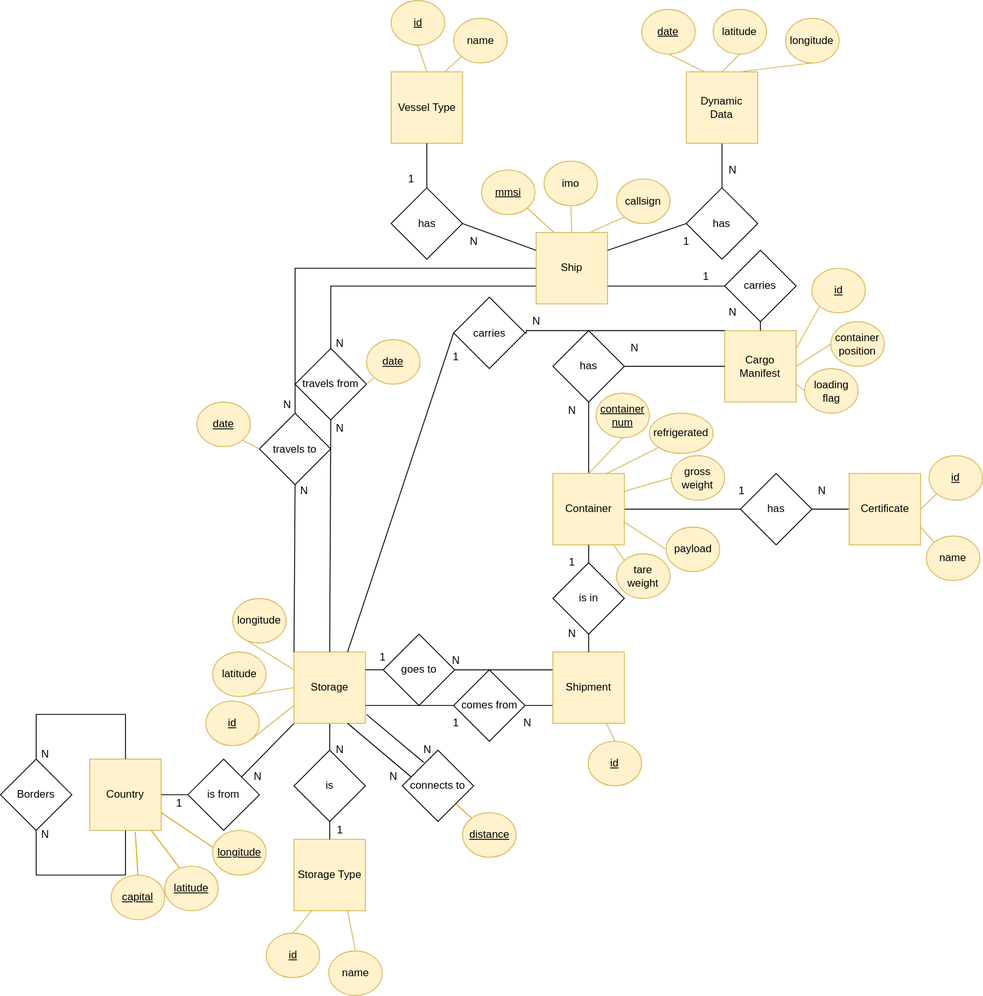
Above: BDDAD/ConceptualDataModel.svg in MadDinosaur/ISEP-LAPR3 (draw.io), before the change. Source tidied: cells renumbered, new cells last; positions are measured from the earlier drawing's top-left corner, leaving out a move shared by most shapes.
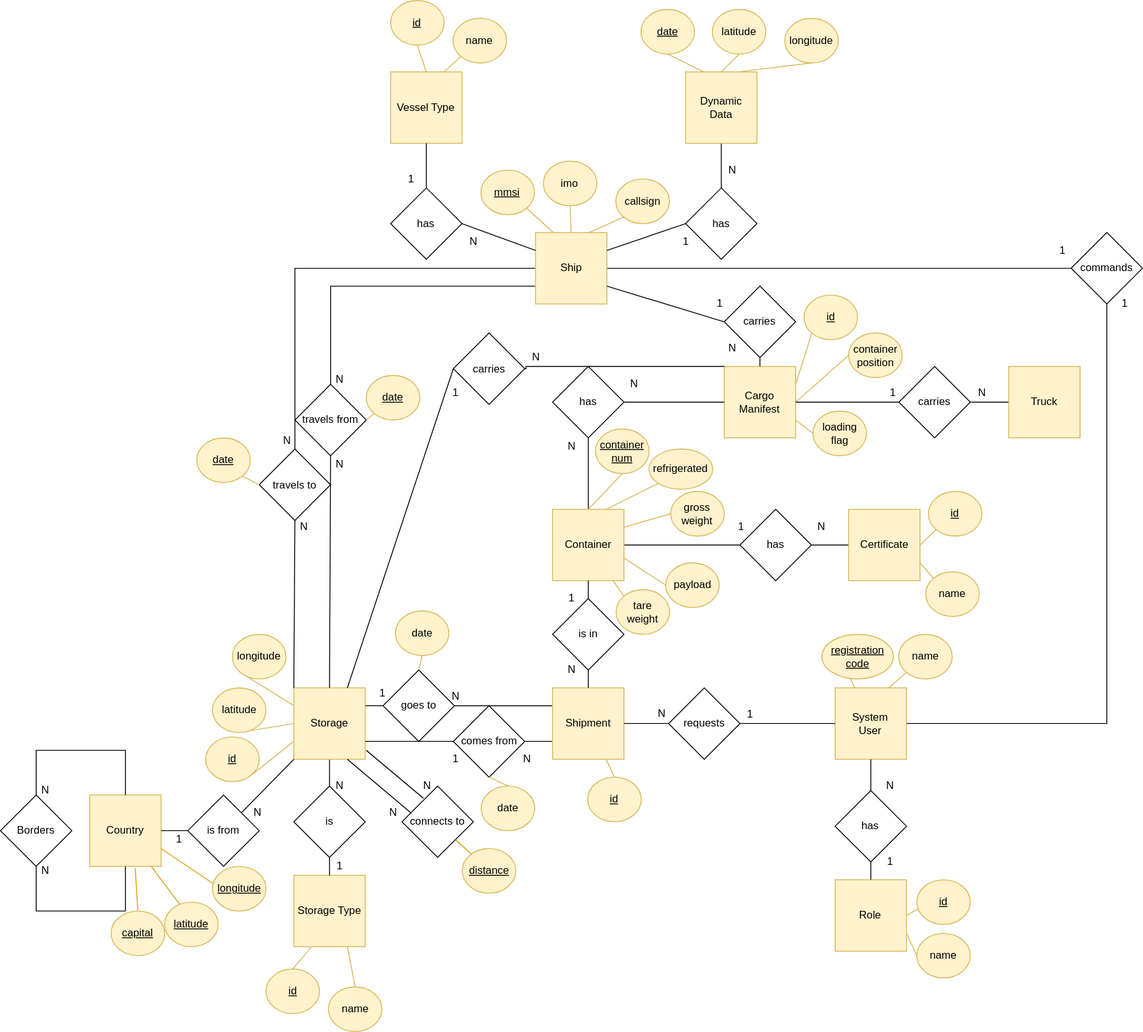
After the change.

Commit message:
LAP22G21-102 #time 3h #comment database conceptual and logical model restructuring (added truck entity, user entity and date attributes into shipment).

Change to the diagram source:
```diff
@@ -5,34 +5,37 @@
     <mxCell id="2" style="edgeStyle=none;rounded=0;jettySize=auto;html=1;exitX=0;exitY=0.5;exitDx=0;exitDy=0;entryX=0.5;entryY=0;entryDx=0;entryDy=0;endArrow=none;endFill=0;" parent="1" edge="1" source="4" target="78">
       <mxGeometry relative="1" as="geometry">
         <Array as="points">
-          <mxPoint x="330" y="300" />
+          <mxPoint x="330" y="260" />
         </Array>
       </mxGeometry>
     </mxCell>
     <mxCell id="3" style="edgeStyle=none;rounded=0;jettySize=auto;html=1;exitX=0;exitY=0.75;exitDx=0;exitDy=0;entryX=0.5;entryY=0;entryDx=0;entryDy=0;endArrow=none;endFill=0;" parent="1" edge="1" source="4" target="80">
       <mxGeometry relative="1" as="geometry">
         <Array as="points">
-          <mxPoint x="370" y="320" />
+          <mxPoint x="370" y="280" />
         </Array>
       </mxGeometry>
     </mxCell>
+    <mxCell id="147" style="edgeStyle=none;rounded=0;jettySize=auto;html=1;exitX=1;exitY=0.5;exitDx=0;exitDy=0;entryX=0;entryY=0.5;entryDx=0;entryDy=0;endArrow=none;endFill=0;" parent="1" edge="1" source="4" target="178">
+      <mxGeometry relative="1" as="geometry" />
+    </mxCell>
     <mxCell id="4" value="Ship" style="whiteSpace=wrap;html=1;fillColor=#fff2cc;strokeColor=#d6b656;" parent="1" vertex="1">
-      <mxGeometry x="600" y="260" width="80" height="80" as="geometry" />
+      <mxGeometry x="599.7" y="220" width="80" height="80" as="geometry" />
     </mxCell>
     <mxCell id="5" style="edgeStyle=orthogonalEdgeStyle;rounded=0;jettySize=auto;html=1;endArrow=none;endFill=0;" parent="1" edge="1" source="6" target="19">
       <mxGeometry relative="1" as="geometry" />
     </mxCell>
     <mxCell id="6" value="Dynamic&lt;br&gt;Data" style="whiteSpace=wrap;html=1;fillColor=#fff2cc;strokeColor=#d6b656;" parent="1" vertex="1">
-      <mxGeometry x="768.2" y="80" width="80" height="80" as="geometry" />
+      <mxGeometry x="767.9" y="40" width="80" height="80" as="geometry" />
     </mxCell>
     <mxCell id="7" value="&lt;u&gt;mmsi&lt;/u&gt;" style="ellipse;whiteSpace=wrap;html=1;fillColor=#fff2cc;strokeColor=#d6b656;" parent="1" vertex="1">
-      <mxGeometry x="538.8" y="190" width="60" height="50" as="geometry" />
+      <mxGeometry x="538.5" y="150" width="60" height="50" as="geometry" />
     </mxCell>
     <mxCell id="8" value="latitude" style="ellipse;whiteSpace=wrap;html=1;fillColor=#fff2cc;strokeColor=#d6b656;" parent="1" vertex="1">
-      <mxGeometry x="798.2" y="10" width="60" height="50" as="geometry" />
+      <mxGeometry x="797.9" y="-30" width="60" height="50" as="geometry" />
     </mxCell>
     <mxCell id="9" value="callsign" style="ellipse;whiteSpace=wrap;html=1;fillColor=#fff2cc;strokeColor=#d6b656;" parent="1" vertex="1">
-      <mxGeometry x="690" y="200" width="60" height="50" as="geometry" />
+      <mxGeometry x="689.7" y="160" width="60" height="50" as="geometry" />
     </mxCell>
     <mxCell id="10" style="endArrow=none;html=1;rounded=0;entryX=1;entryY=1;entryDx=0;entryDy=0;exitX=0.25;exitY=0;exitDx=0;exitDy=0;fillColor=#fff2cc;strokeColor=#d6b656;" parent="1" edge="1" source="4" target="7">
       <mxGeometry relative="1" as="geometry" />
@@ -41,13 +44,13 @@
       <mxGeometry relative="1" as="geometry" />
     </mxCell>
     <mxCell id="12" value="&lt;u&gt;date&lt;/u&gt;" style="ellipse;whiteSpace=wrap;html=1;fillColor=#fff2cc;strokeColor=#d6b656;" parent="1" vertex="1">
-      <mxGeometry x="718.2" y="10" width="60" height="50" as="geometry" />
+      <mxGeometry x="717.9" y="-30" width="60" height="50" as="geometry" />
     </mxCell>
     <mxCell id="13" value="imo" style="ellipse;whiteSpace=wrap;html=1;fillColor=#fff2cc;strokeColor=#d6b656;" parent="1" vertex="1">
-      <mxGeometry x="608.8" y="180" width="60" height="50" as="geometry" />
+      <mxGeometry x="608.5" y="140" width="60" height="50" as="geometry" />
     </mxCell>
     <mxCell id="14" value="longitude" style="ellipse;whiteSpace=wrap;html=1;fillColor=#fff2cc;strokeColor=#d6b656;" parent="1" vertex="1">
-      <mxGeometry x="879.4" y="20" width="60" height="50" as="geometry" />
+      <mxGeometry x="879.1" y="-20" width="60" height="50" as="geometry" />
     </mxCell>
     <mxCell id="15" style="endArrow=none;html=1;rounded=0;entryX=0.5;entryY=1;entryDx=0;entryDy=0;exitX=0.25;exitY=0;exitDx=0;exitDy=0;fillColor=#fff2cc;strokeColor=#d6b656;" parent="1" edge="1" source="6" target="12">
       <mxGeometry relative="1" as="geometry" />
@@ -62,22 +65,25 @@
       <mxGeometry relative="1" as="geometry" />
     </mxCell>
     <mxCell id="19" value="has" style="rhombus;whiteSpace=wrap;html=1;" parent="1" vertex="1">
-      <mxGeometry x="768.2" y="210" width="80" height="80" as="geometry" />
+      <mxGeometry x="767.9" y="170" width="80" height="80" as="geometry" />
     </mxCell>
     <mxCell id="20" style="endArrow=none;html=1;rounded=0;entryX=1;entryY=0.25;entryDx=0;entryDy=0;exitX=0;exitY=0.5;exitDx=0;exitDy=0;" parent="1" edge="1" source="19" target="4">
       <mxGeometry relative="1" as="geometry" />
     </mxCell>
+    <mxCell id="148" style="edgeStyle=orthogonalEdgeStyle;rounded=0;jettySize=auto;html=1;exitX=1;exitY=0.5;exitDx=0;exitDy=0;entryX=0;entryY=0.5;entryDx=0;entryDy=0;endArrow=none;endFill=0;startArrow=none;" parent="1" edge="1" source="150" target="149">
+      <mxGeometry relative="1" as="geometry" />
+    </mxCell>
     <mxCell id="21" value="Cargo Manifest" style="whiteSpace=wrap;html=1;fillColor=#fff2cc;strokeColor=#d6b656;" parent="1" vertex="1">
       <mxGeometry x="811.2" y="370" width="80" height="80" as="geometry" />
     </mxCell>
     <mxCell id="22" value="&lt;u&gt;id&lt;/u&gt;" style="ellipse;whiteSpace=wrap;html=1;fillColor=#fff2cc;strokeColor=#d6b656;" parent="1" vertex="1">
-      <mxGeometry x="908.8" y="300" width="60" height="50" as="geometry" />
+      <mxGeometry x="900.6" y="290" width="60" height="50" as="geometry" />
     </mxCell>
     <mxCell id="23" value="container position" style="ellipse;whiteSpace=wrap;html=1;fillColor=#fff2cc;strokeColor=#d6b656;" parent="1" vertex="1">
-      <mxGeometry x="930" y="360" width="60" height="50" as="geometry" />
+      <mxGeometry x="950.6" y="332.5" width="60" height="50" as="geometry" />
     </mxCell>
     <mxCell id="24" value="loading flag" style="ellipse;whiteSpace=wrap;html=1;fillColor=#fff2cc;strokeColor=#d6b656;" parent="1" vertex="1">
-      <mxGeometry x="900.6" y="412.5" width="60" height="50" as="geometry" />
+      <mxGeometry x="910.6" y="420" width="60" height="50" as="geometry" />
     </mxCell>
     <mxCell id="25" style="endArrow=none;html=1;rounded=0;entryX=0;entryY=1;entryDx=0;entryDy=0;exitX=1;exitY=0.25;exitDx=0;exitDy=0;fillColor=#fff2cc;strokeColor=#d6b656;" parent="1" edge="1" source="21" target="22">
       <mxGeometry relative="1" as="geometry" />
@@ -116,22 +122,22 @@
       <mxGeometry x="618.8" y="730" width="80" height="80" as="geometry" />
     </mxCell>
     <mxCell id="37" value="Vessel Type" style="whiteSpace=wrap;html=1;fillColor=#fff2cc;strokeColor=#d6b656;" parent="1" vertex="1">
-      <mxGeometry x="437.6" y="80" width="80" height="80" as="geometry" />
+      <mxGeometry x="437.3" y="40" width="80" height="80" as="geometry" />
     </mxCell>
     <mxCell id="38" style="edgeStyle=orthogonalEdgeStyle;rounded=0;jettySize=auto;html=1;exitX=0.5;exitY=0;exitDx=0;exitDy=0;entryX=0.5;entryY=1;entryDx=0;entryDy=0;endArrow=none;endFill=0;" parent="1" edge="1" source="39" target="37">
       <mxGeometry relative="1" as="geometry" />
     </mxCell>
     <mxCell id="39" value="has" style="rhombus;whiteSpace=wrap;html=1;" parent="1" vertex="1">
-      <mxGeometry x="437.6" y="210" width="80" height="80" as="geometry" />
+      <mxGeometry x="437.3" y="170" width="80" height="80" as="geometry" />
     </mxCell>
     <mxCell id="40" style="endArrow=none;html=1;rounded=0;exitX=1;exitY=0.5;exitDx=0;exitDy=0;entryX=0;entryY=0.25;entryDx=0;entryDy=0;" parent="1" edge="1" source="39" target="4">
       <mxGeometry relative="1" as="geometry" />
     </mxCell>
     <mxCell id="41" value="name" style="ellipse;whiteSpace=wrap;html=1;fillColor=#fff2cc;strokeColor=#d6b656;" parent="1" vertex="1">
-      <mxGeometry x="507.6" y="20" width="60" height="50" as="geometry" />
+      <mxGeometry x="507.3" y="-20" width="60" height="50" as="geometry" />
     </mxCell>
     <mxCell id="42" value="&lt;u&gt;id&lt;/u&gt;" style="ellipse;whiteSpace=wrap;html=1;fillColor=#fff2cc;strokeColor=#d6b656;" parent="1" vertex="1">
-      <mxGeometry x="437.6" width="60" height="50" as="geometry" />
+      <mxGeometry x="437.3" y="-40" width="60" height="50" as="geometry" />
     </mxCell>
     <mxCell id="43" style="endArrow=none;html=1;rounded=0;exitX=0.5;exitY=0;exitDx=0;exitDy=0;entryX=0.5;entryY=1;entryDx=0;entryDy=0;fillColor=#fff2cc;strokeColor=#d6b656;" parent="1" edge="1" source="37" target="42">
       <mxGeometry relative="1" as="geometry" />
@@ -139,7 +145,7 @@
     <mxCell id="44" style="endArrow=none;html=1;rounded=0;exitX=0.75;exitY=0;exitDx=0;exitDy=0;entryX=0;entryY=1;entryDx=0;entryDy=0;fillColor=#fff2cc;strokeColor=#d6b656;" parent="1" edge="1" source="37" target="41">
       <mxGeometry relative="1" as="geometry" />
     </mxCell>
-    <mxCell id="45" style="edgeStyle=orthogonalEdgeStyle;rounded=0;jettySize=auto;html=1;endArrow=none;endFill=0;entryX=1;entryY=0.75;entryDx=0;entryDy=0;" parent="1" edge="1" source="47" target="4">
+    <mxCell id="45" style="rounded=0;jettySize=auto;html=1;endArrow=none;endFill=0;entryX=1;entryY=0.75;entryDx=0;entryDy=0;exitX=0;exitY=0.5;exitDx=0;exitDy=0;" parent="1" edge="1" source="47" target="4">
       <mxGeometry relative="1" as="geometry" />
     </mxCell>
     <mxCell id="46" style="edgeStyle=none;rounded=0;jettySize=auto;html=1;endArrow=none;endFill=0;" parent="1" edge="1" source="47" target="21">
@@ -281,22 +287,22 @@
       <mxGeometry x="618.8" y="370" width="80" height="80" as="geometry" />
     </mxCell>
     <mxCell id="92" value="1" style="text;html=1;align=center;verticalAlign=middle;strokeColor=none;fillColor=none;" parent="1" vertex="1">
-      <mxGeometry x="450" y="190" width="20" height="20" as="geometry" />
+      <mxGeometry x="449.7" y="150" width="20" height="20" as="geometry" />
     </mxCell>
     <mxCell id="93" value="N" style="text;html=1;align=center;verticalAlign=middle;strokeColor=none;fillColor=none;" parent="1" vertex="1">
-      <mxGeometry x="520" y="260" width="20" height="20" as="geometry" />
+      <mxGeometry x="519.7" y="220" width="20" height="20" as="geometry" />
     </mxCell>
     <mxCell id="94" value="N" style="text;html=1;align=center;verticalAlign=middle;strokeColor=none;fillColor=none;" parent="1" vertex="1">
-      <mxGeometry x="810" y="180" width="20" height="20" as="geometry" />
+      <mxGeometry x="809.7" y="140" width="20" height="20" as="geometry" />
     </mxCell>
     <mxCell id="95" value="1" style="text;html=1;align=center;verticalAlign=middle;strokeColor=none;fillColor=none;" parent="1" vertex="1">
-      <mxGeometry x="758.2" y="260" width="20" height="20" as="geometry" />
+      <mxGeometry x="757.9" y="220" width="20" height="20" as="geometry" />
     </mxCell>
     <mxCell id="96" value="N" style="text;html=1;align=center;verticalAlign=middle;strokeColor=none;fillColor=none;" parent="1" vertex="1">
       <mxGeometry x="810" y="340" width="20" height="20" as="geometry" />
     </mxCell>
     <mxCell id="97" value="1" style="text;html=1;align=center;verticalAlign=middle;strokeColor=none;fillColor=none;" parent="1" vertex="1">
-      <mxGeometry x="780" y="300" width="20" height="20" as="geometry" />
+      <mxGeometry x="795.7" y="290" width="20" height="20" as="geometry" />
     </mxCell>
     <mxCell id="98" value="N" style="text;html=1;align=center;verticalAlign=middle;strokeColor=none;fillColor=none;" parent="1" vertex="1">
       <mxGeometry x="370" y="375" width="20" height="20" as="geometry" />
@@ -464,5 +470,111 @@
     <mxCell id="146" value="1" style="text;html=1;align=center;verticalAlign=middle;strokeColor=none;fillColor=none;" parent="1" vertex="1">
       <mxGeometry x="190" y="890" width="20" height="20" as="geometry" />
     </mxCell>
+    <mxCell id="149" value="Truck" style="whiteSpace=wrap;html=1;fillColor=#fff2cc;strokeColor=#d6b656;" parent="1" vertex="1">
+      <mxGeometry x="1130" y="370" width="80" height="80" as="geometry" />
+    </mxCell>
+    <mxCell id="150" value="carries" style="rhombus;whiteSpace=wrap;html=1;" parent="1" vertex="1">
+      <mxGeometry x="1007" y="370" width="80" height="80" as="geometry" />
+    </mxCell>
+    <mxCell id="151" style="edgeStyle=orthogonalEdgeStyle;rounded=0;jettySize=auto;html=1;exitX=1;exitY=0.5;exitDx=0;exitDy=0;entryX=0;entryY=0.5;entryDx=0;entryDy=0;endArrow=none;endFill=0;" parent="1" edge="1" source="21" target="150">
+      <mxGeometry relative="1" as="geometry" />
+    </mxCell>
+    <mxCell id="152" value="1" style="text;html=1;align=center;verticalAlign=middle;strokeColor=none;fillColor=none;" parent="1" vertex="1">
+      <mxGeometry x="990" y="390" width="20" height="20" as="geometry" />
+    </mxCell>
+    <mxCell id="153" value="N" style="text;html=1;align=center;verticalAlign=middle;strokeColor=none;fillColor=none;" parent="1" vertex="1">
+      <mxGeometry x="1090" y="390" width="20" height="20" as="geometry" />
+    </mxCell>
+    <mxCell id="154" style="edgeStyle=none;rounded=0;jettySize=auto;html=1;exitX=0.5;exitY=1;exitDx=0;exitDy=0;endArrow=none;endFill=0;fillColor=#fff2cc;strokeColor=#d6b656;" parent="1" edge="1" source="155">
+      <mxGeometry relative="1" as="geometry">
+        <mxPoint x="469" y="710" as="targetPoint" />
+      </mxGeometry>
+    </mxCell>
+    <mxCell id="155" value="date" style="ellipse;whiteSpace=wrap;html=1;fillColor=#fff2cc;strokeColor=#d6b656;" parent="1" vertex="1">
+      <mxGeometry x="442.6" y="643.8" width="60" height="50" as="geometry" />
+    </mxCell>
+    <mxCell id="156" style="edgeStyle=none;rounded=0;jettySize=auto;html=1;exitX=0.5;exitY=0;exitDx=0;exitDy=0;entryX=0.5;entryY=1;entryDx=0;entryDy=0;endArrow=none;endFill=0;fillColor=#fff2cc;strokeColor=#d6b656;" parent="1" edge="1" source="157" target="87">
+      <mxGeometry relative="1" as="geometry" />
+    </mxCell>
+    <mxCell id="157" value="date" style="ellipse;whiteSpace=wrap;html=1;fillColor=#fff2cc;strokeColor=#d6b656;" parent="1" vertex="1">
+      <mxGeometry x="538.8" y="840" width="60" height="50" as="geometry" />
+    </mxCell>
+    <mxCell id="158" style="rounded=0;jettySize=auto;html=1;exitX=0.75;exitY=1;exitDx=0;exitDy=0;entryX=0;entryY=0;entryDx=0;entryDy=0;endArrow=none;endFill=0;fillColor=#fff2cc;strokeColor=#d6b656;" parent="1" edge="1" source="160" target="161">
+      <mxGeometry relative="1" as="geometry" />
+    </mxCell>
+    <mxCell id="159" style="edgeStyle=none;rounded=0;jettySize=auto;html=1;exitX=0.75;exitY=0;exitDx=0;exitDy=0;entryX=0;entryY=1;entryDx=0;entryDy=0;endArrow=none;endFill=0;fillColor=#fff2cc;strokeColor=#d6b656;" parent="1" edge="1" source="160" target="162">
+      <mxGeometry relative="1" as="geometry" />
+    </mxCell>
+    <mxCell id="160" value="System&lt;br&gt;User" style="whiteSpace=wrap;html=1;fillColor=#fff2cc;strokeColor=#d6b656;" parent="1" vertex="1">
+      <mxGeometry x="935.5" y="730" width="80" height="80" as="geometry" />
+    </mxCell>
+    <mxCell id="161" value="&lt;u&gt;registration code&lt;/u&gt;" style="ellipse;whiteSpace=wrap;html=1;fillColor=#fff2cc;strokeColor=#d6b656;" parent="1" vertex="1">
+      <mxGeometry x="920.7" y="670" width="80" height="50" as="geometry" />
+    </mxCell>
+    <mxCell id="162" value="name" style="ellipse;whiteSpace=wrap;html=1;fillColor=#fff2cc;strokeColor=#d6b656;" parent="1" vertex="1">
+      <mxGeometry x="1006.7" y="670" width="60" height="50" as="geometry" />
+    </mxCell>
+    <mxCell id="163" style="endArrow=none;html=1;rounded=0;exitX=1;exitY=0.5;exitDx=0;exitDy=0;entryX=0;entryY=0.5;entryDx=0;entryDy=0;startArrow=none;" parent="1" edge="1" source="164" target="160">
+      <mxGeometry relative="1" as="geometry" />
+    </mxCell>
+    <mxCell id="164" value="requests" style="rhombus;whiteSpace=wrap;html=1;" parent="1" vertex="1">
+      <mxGeometry x="748.8" y="730" width="80" height="80" as="geometry" />
+    </mxCell>
+    <mxCell id="165" style="endArrow=none;html=1;rounded=0;exitX=1;exitY=0.5;exitDx=0;exitDy=0;entryX=0;entryY=0.5;entryDx=0;entryDy=0;" parent="1" edge="1" source="36" target="164">
+      <mxGeometry relative="1" as="geometry" />
+    </mxCell>
+    <mxCell id="166" value="1" style="text;html=1;align=center;verticalAlign=middle;strokeColor=none;fillColor=none;" parent="1" vertex="1">
+      <mxGeometry x="830" y="750" width="20" height="20" as="geometry" />
+    </mxCell>
+    <mxCell id="167" value="N" style="text;html=1;align=center;verticalAlign=middle;strokeColor=none;fillColor=none;" parent="1" vertex="1">
+      <mxGeometry x="731.2" y="749" width="20" height="20" as="geometry" />
+    </mxCell>
+    <mxCell id="168" style="edgeStyle=none;rounded=0;jettySize=auto;html=1;exitX=1;exitY=0.5;exitDx=0;exitDy=0;entryX=0.042;entryY=0.64;entryDx=0;entryDy=0;entryPerimeter=0;endArrow=none;endFill=0;fillColor=#fff2cc;strokeColor=#d6b656;" parent="1" edge="1" source="170" target="173">
+      <mxGeometry relative="1" as="geometry" />
+    </mxCell>
+    <mxCell id="169" style="edgeStyle=none;rounded=0;jettySize=auto;html=1;exitX=1;exitY=0.75;exitDx=0;exitDy=0;entryX=0;entryY=0.5;entryDx=0;entryDy=0;endArrow=none;endFill=0;fillColor=#fff2cc;strokeColor=#d6b656;" parent="1" edge="1" source="170" target="172">
+      <mxGeometry relative="1" as="geometry" />
+    </mxCell>
+    <mxCell id="170" value="Role" style="whiteSpace=wrap;html=1;fillColor=#fff2cc;strokeColor=#d6b656;" parent="1" vertex="1">
+      <mxGeometry x="935.5" y="945" width="80" height="80" as="geometry" />
+    </mxCell>
+    <mxCell id="171" style="endArrow=none;html=1;rounded=0;exitX=0.5;exitY=1;exitDx=0;exitDy=0;entryX=0.5;entryY=0;entryDx=0;entryDy=0;startArrow=none;" parent="1" edge="1" source="174" target="170">
+      <mxGeometry relative="1" as="geometry" />
+    </mxCell>
+    <mxCell id="172" value="name" style="ellipse;whiteSpace=wrap;html=1;fillColor=#fff2cc;strokeColor=#d6b656;" parent="1" vertex="1">
+      <mxGeometry x="1027" y="1005" width="60" height="50" as="geometry" />
+    </mxCell>
+    <mxCell id="173" value="&lt;u&gt;id&lt;/u&gt;" style="ellipse;whiteSpace=wrap;html=1;fillColor=#fff2cc;strokeColor=#d6b656;" parent="1" vertex="1">
+      <mxGeometry x="1027" y="945" width="60" height="50" as="geometry" />
+    </mxCell>
+    <mxCell id="174" value="has" style="rhombus;whiteSpace=wrap;html=1;" parent="1" vertex="1">
+      <mxGeometry x="935.5" y="845" width="80" height="80" as="geometry" />
+    </mxCell>
+    <mxCell id="175" style="endArrow=none;html=1;rounded=0;exitX=0.5;exitY=1;exitDx=0;exitDy=0;entryX=0.5;entryY=0;entryDx=0;entryDy=0;" parent="1" edge="1" source="160" target="174">
+      <mxGeometry relative="1" as="geometry" />
+    </mxCell>
+    <mxCell id="176" value="1" style="text;html=1;align=center;verticalAlign=middle;strokeColor=none;fillColor=none;" parent="1" vertex="1">
+      <mxGeometry x="987" y="915" width="20" height="20" as="geometry" />
+    </mxCell>
+    <mxCell id="177" value="N" style="text;html=1;align=center;verticalAlign=middle;strokeColor=none;fillColor=none;" parent="1" vertex="1">
+      <mxGeometry x="987" y="830" width="20" height="20" as="geometry" />
+    </mxCell>
+    <mxCell id="178" value="commands" style="rhombus;whiteSpace=wrap;html=1;" parent="1" vertex="1">
+      <mxGeometry x="1200" y="220" width="80" height="80" as="geometry" />
+    </mxCell>
+    <mxCell id="179" style="endArrow=none;html=1;rounded=0;exitX=1;exitY=0.5;exitDx=0;exitDy=0;entryX=0.5;entryY=1;entryDx=0;entryDy=0;" parent="1" edge="1" source="160" target="178">
+      <mxGeometry relative="1" as="geometry">
+        <Array as="points">
+          <mxPoint x="1240" y="770" />
+          <mxPoint x="1240" y="680" />
+        </Array>
+      </mxGeometry>
+    </mxCell>
+    <mxCell id="180" value="1" style="text;html=1;align=center;verticalAlign=middle;strokeColor=none;fillColor=none;" parent="1" vertex="1">
+      <mxGeometry x="1180" y="230" width="20" height="20" as="geometry" />
+    </mxCell>
+    <mxCell id="181" value="1" style="text;html=1;align=center;verticalAlign=middle;strokeColor=none;fillColor=none;" parent="1" vertex="1">
+      <mxGeometry x="1250" y="290" width="20" height="20" as="geometry" />
+    </mxCell>
   </root>
 </mxGraphModel>
```
